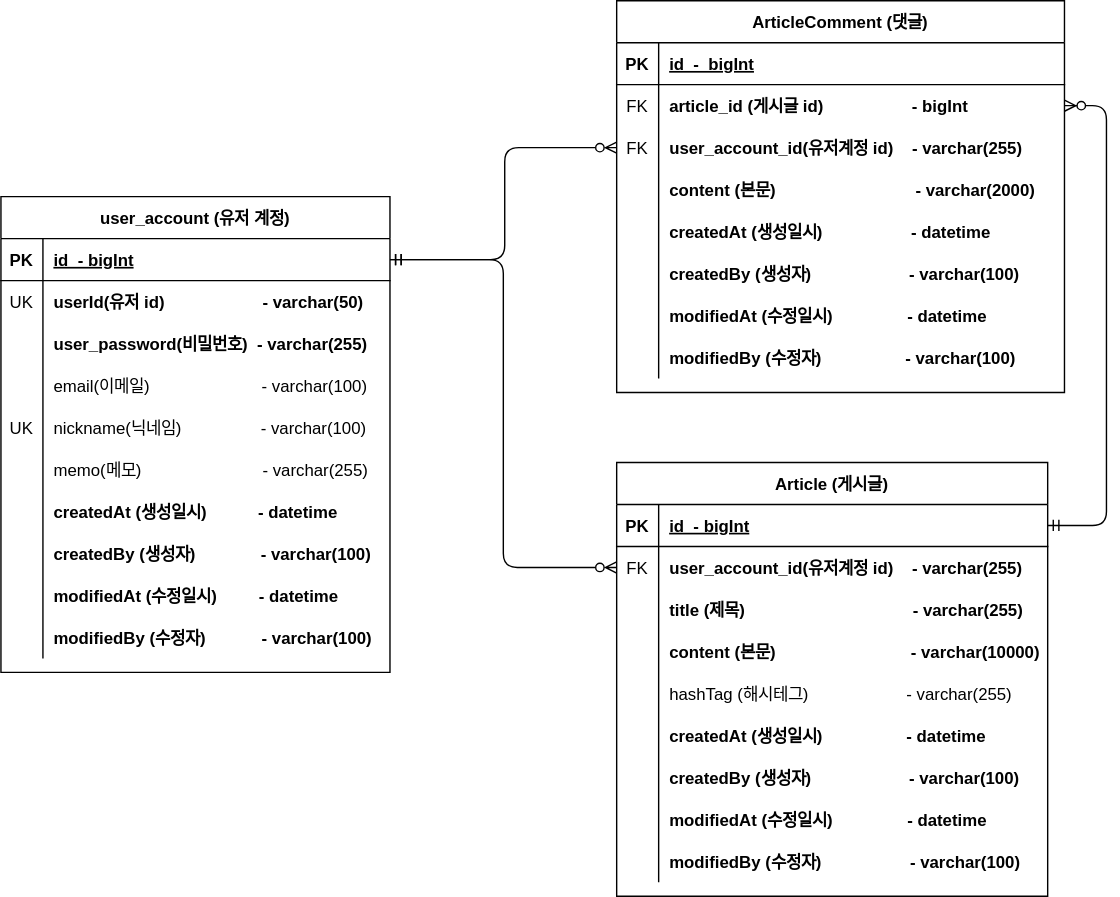
buchonsi/board-service keeps this draw.io diagram as document/project-board.svg. Above is the earlier version. Source tidied: cells renumbered, new cells last; positions are measured from the earlier drawing's top-left corner, leaving out a move shared by most shapes.
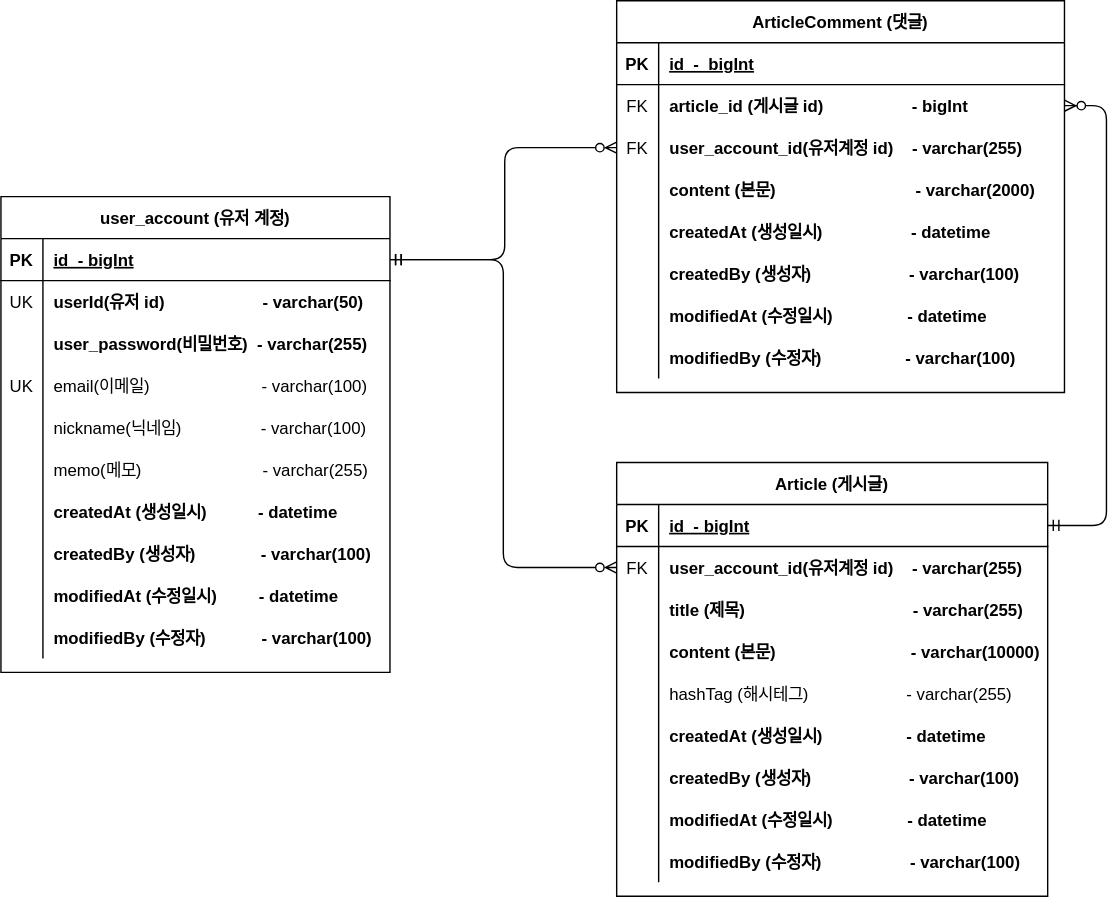
After the change.

Commit message:
ERD user_account nickname에 잘못 붙은 UK email로 수정 project-board.svg

The edit, as a diff of the source:
```diff
@@ -203,7 +203,7 @@
     <mxCell id="66" style="shape=partialRectangle;fillColor=none;top=0;left=0;right=0;bottom=0;" parent="56" vertex="1">
       <mxGeometry y="120" width="278" height="30" as="geometry" />
     </mxCell>
-    <mxCell id="67" style="shape=partialRectangle;overflow=hidden;fillColor=none;top=0;left=0;bottom=0;right=0;" parent="66" vertex="1">
+    <mxCell id="67" value="UK" style="shape=partialRectangle;overflow=hidden;fillColor=none;top=0;left=0;bottom=0;right=0;" parent="66" vertex="1">
       <mxGeometry width="30" height="30" as="geometry" />
     </mxCell>
     <mxCell id="68" value="email(이메일)                        - varchar(100)" style="shape=partialRectangle;overflow=hidden;fillColor=none;top=0;left=0;bottom=0;right=0;align=left;spacingLeft=6;" parent="66" vertex="1">
@@ -212,7 +212,7 @@
     <mxCell id="69" style="shape=partialRectangle;fillColor=none;top=0;left=0;right=0;bottom=0;" parent="56" vertex="1">
       <mxGeometry y="150" width="278" height="30" as="geometry" />
     </mxCell>
-    <mxCell id="70" value="UK" style="shape=partialRectangle;overflow=hidden;fillColor=none;top=0;left=0;bottom=0;right=0;" parent="69" vertex="1">
+    <mxCell id="70" style="shape=partialRectangle;overflow=hidden;fillColor=none;top=0;left=0;bottom=0;right=0;" parent="69" vertex="1">
       <mxGeometry width="30" height="30" as="geometry" />
     </mxCell>
     <mxCell id="71" value="nickname(닉네임)                 - varchar(100)" style="shape=partialRectangle;overflow=hidden;fillColor=none;top=0;left=0;bottom=0;right=0;align=left;spacingLeft=6;fontStyle=0;" parent="69" vertex="1">
```
